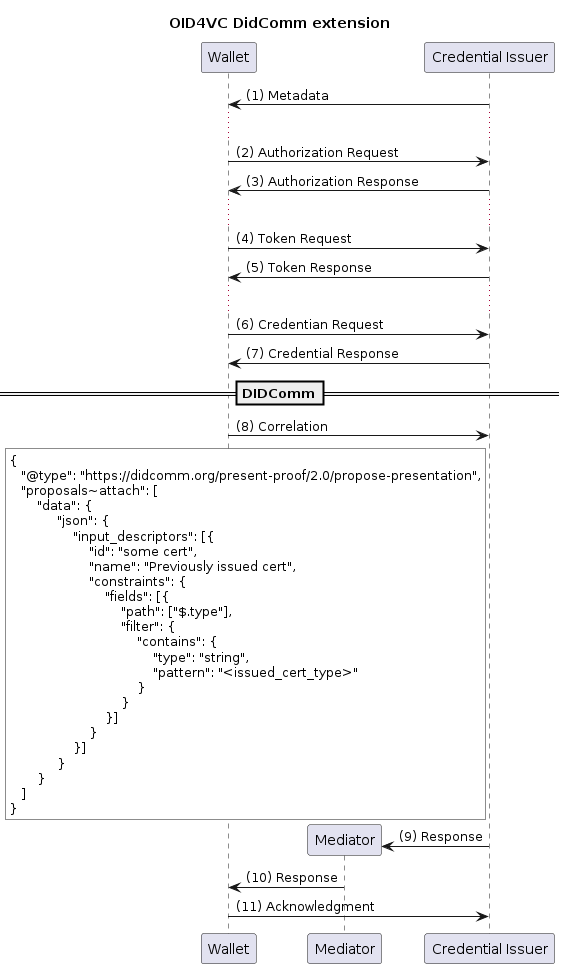
Before: Diagramme/oid4vc_didcomm_postconnection.png, a diagram exported from PlantUML (IDunion/OpenIDIDComm).
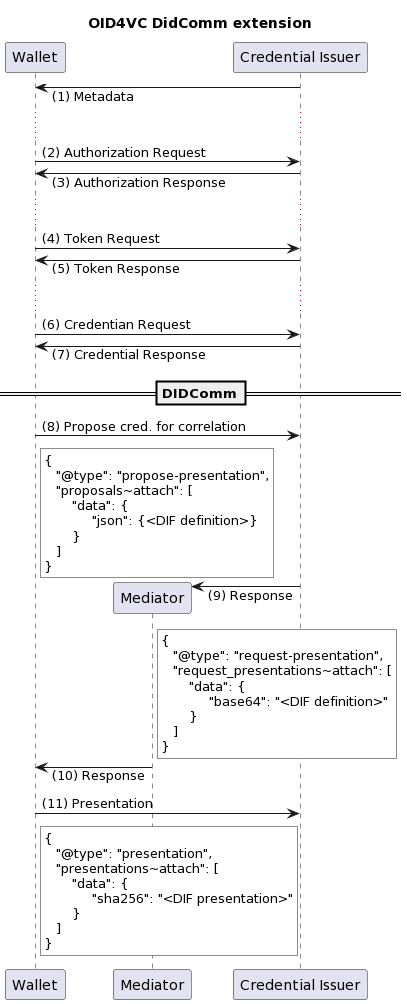
After the commit.

The edit, as a diff of the source:
```diff
@@ -20,30 +20,14 @@
 CI -> Wallet: Credential Response
 
 ==DIDComm==
-skinparam responseMessageBelowArrow false
-Wallet -> CI: Correlation
-rnote left of CI #FFFFFF
+
+Wallet -> CI: Propose cred. for correlation
+rnote right of Wallet #FFFFFF
 {
-   "@type": "https://didcomm.org/present-proof/2.0/propose-presentation",
+   "@type": "propose-presentation",
    "proposals~attach": [
        "data": {
-            "json": {
-                "input_descriptors": [{
-                    "id": "some cert",
-                    "name": "Previously issued cert",
-                    "constraints": {
-                        "fields": [{
-                            "path": ["$.type"],
-                            "filter": {
-                                "contains": {
-                                    "type": "string",
-                                    "pattern": "<issued_cert_type>"
-                                }
-                            }
-                        }]
-                    }
-                }]
-            }
+            "json": {<DIF definition>}
        }
    ]
 }
@@ -51,6 +35,27 @@
 
 create participant Mediator order 2
 CI -> Mediator: Response
+rnote right of Mediator #FFFFFF
+{
+   "@type": "request-presentation",
+   "request_presentations~attach": [
+       "data": {
+            "base64": "<DIF definition>"
+       }
+   ]
+}
+end rnote
+
 Mediator -> Wallet: Response
-Wallet -> CI: Acknowledgment
+Wallet -> CI: Presentation
+rnote right of Wallet #FFFFFF
+{
+   "@type": "presentation",
+   "presentations~attach": [
+       "data": {
+            "sha256": "<DIF presentation>"
+       }
+   ]
+}
+end rnote
 @enduml
```
